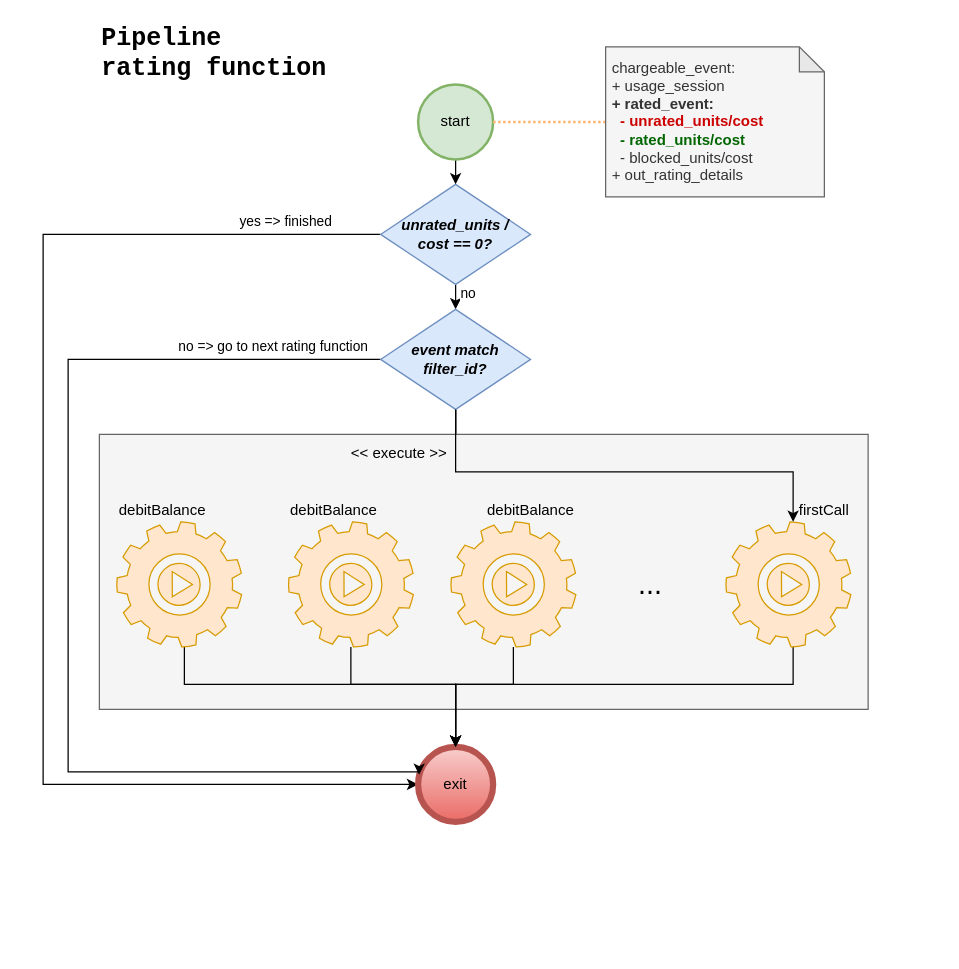
arturd2/diagrams keeps this draw.io diagram as ratemind/PipelineFunction.drawio. Above is the earlier version. Source tidied: cells renumbered, new cells numbered last; positions are measured from the earlier drawing's top-left corner, leaving out a move shared by most shapes. Both pictures are drawn from the tidied source at 125%, with x=0, y=0 at pixel (42, 21).
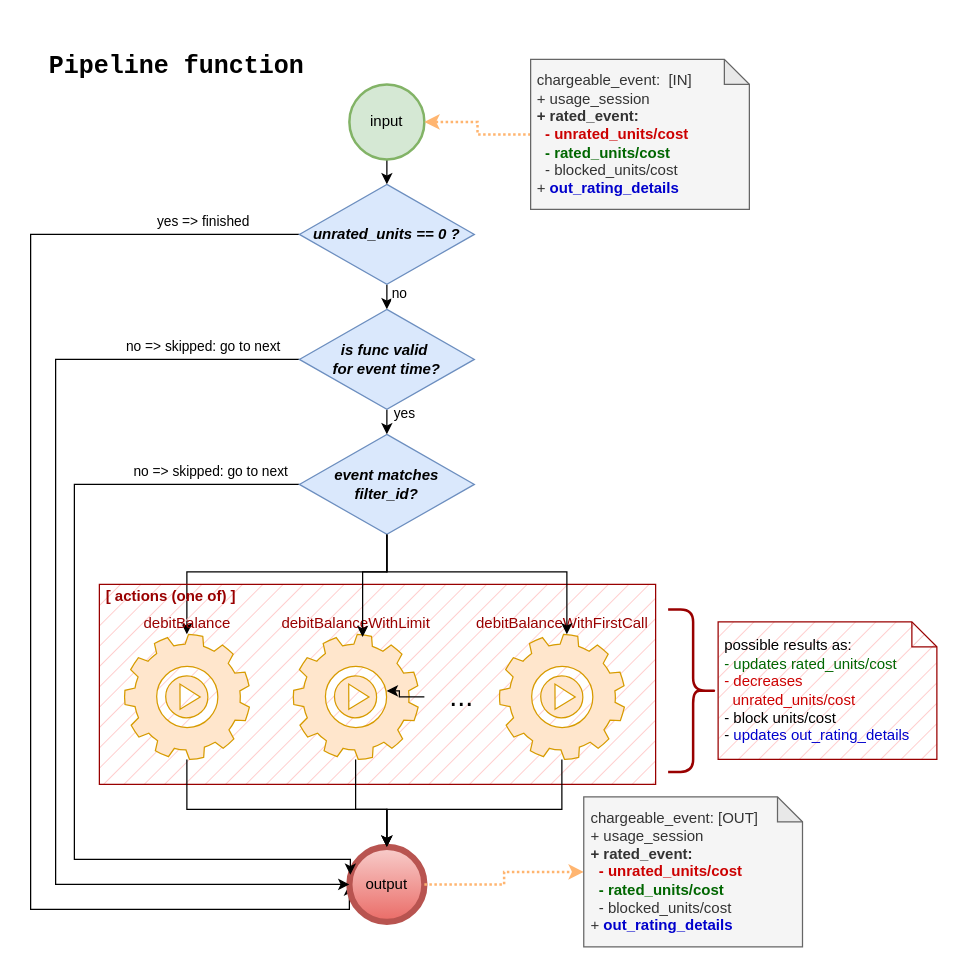
Above is the later version.

Change to the diagram source:
```diff
@@
-    <mxCell id="2" value="&lt;div align=&quot;left&quot;&gt;Pipeline&amp;nbsp;&lt;br&gt;rating function&lt;/div&gt;" style="text;html=1;whiteSpace=wrap;strokeColor=none;fillColor=none;align=left;verticalAlign=middle;rounded=0;fontFamily=Courier New;fontSize=20;fontStyle=1;" parent="1" vertex="1">
-      <mxGeometry x="45" width="225" height="50" as="geometry" />
+    <mxCell id="2" value="&lt;div align=&quot;left&quot;&gt;Pipeline function&lt;/div&gt;" style="text;html=1;whiteSpace=wrap;strokeColor=none;fillColor=none;align=left;verticalAlign=middle;rounded=0;fontFamily=Courier New;fontSize=20;fontStyle=1;" parent="1" vertex="1">
+      <mxGeometry x="2.5" y="10" width="225" height="50" as="geometry" />
     </mxCell>
     <mxCell id="3" value="yes =&amp;gt; finished" style="edgeStyle=orthogonalEdgeStyle;rounded=0;jettySize=auto;html=1;exitX=0;exitY=0.5;exitDx=0;exitDy=0;entryX=0;entryY=0.5;entryDx=0;entryDy=0;" parent="1" edge="1" source="5" target="8">
       <mxGeometry x="-0.85" y="-10" relative="1" as="geometry">
         <Array as="points">
-          <mxPoint y="170" />
-          <mxPoint y="610" />
+          <mxPoint x="-10" y="170" />
+          <mxPoint x="-10" y="710" />
+          <mxPoint x="245" y="710" />
         </Array>
       </mxGeometry>
     </mxCell>
-    <mxCell id="4" value="no" style="edgeStyle=orthogonalEdgeStyle;rounded=0;jettySize=auto;html=1;exitX=0.5;exitY=1;exitDx=0;exitDy=0;entryX=0.5;entryY=0;entryDx=0;entryDy=0;" parent="1" edge="1" source="5" target="14">
+    <mxCell id="4" value="no" style="edgeStyle=orthogonalEdgeStyle;rounded=0;jettySize=auto;html=1;exitX=0.5;exitY=1;exitDx=0;exitDy=0;entryX=0.5;entryY=0;entryDx=0;entryDy=0;" parent="1" edge="1" source="5" target="38">
       <mxGeometry x="-0.33" y="10" relative="1" as="geometry" />
     </mxCell>
-    <mxCell id="5" value="&lt;i&gt;&lt;b&gt;unrated_units /&lt;br&gt;cost == 0?&lt;/b&gt;&lt;/i&gt;" style="rhombus;whiteSpace=wrap;html=1;fillColor=#dae8fc;strokeColor=#6c8ebf;" parent="1" vertex="1">
-      <mxGeometry x="270" y="130" width="120" height="80" as="geometry" />
+    <mxCell id="5" value="&lt;i&gt;&lt;b&gt;unrated_units == 0&amp;nbsp;?&lt;/b&gt;&lt;/i&gt;" style="rhombus;whiteSpace=wrap;html=1;fillColor=#dae8fc;strokeColor=#6c8ebf;" parent="1" vertex="1">
+      <mxGeometry x="205" y="130" width="140" height="80" as="geometry" />
     </mxCell>
@@
-    <mxCell id="7" value="start" style="strokeWidth=2;html=1;shape=mxgraph.flowchart.start_2;whiteSpace=wrap;fillColor=#d5e8d4;strokeColor=#82b366;" parent="1" vertex="1">
-      <mxGeometry x="300" y="50" width="60" height="60" as="geometry" />
+    <mxCell id="7" value="input" style="strokeWidth=2;html=1;shape=mxgraph.flowchart.start_2;whiteSpace=wrap;fillColor=#d5e8d4;strokeColor=#82b366;" parent="1" vertex="1">
+      <mxGeometry x="245" y="50" width="60" height="60" as="geometry" />
     </mxCell>
-    <mxCell id="8" value="exit" style="shape=ellipse;html=1;dashed=0;whiteSpace=wrap;strokeWidth=5;perimeter=ellipsePerimeter;fillColor=#f8cecc;strokeColor=#b85450;gradientColor=#ea6b66;" parent="1" vertex="1">
-      <mxGeometry x="300" y="580" width="60" height="60" as="geometry" />
+    <mxCell id="8" value="output" style="shape=ellipse;html=1;dashed=0;whiteSpace=wrap;strokeWidth=5;perimeter=ellipsePerimeter;fillColor=#f8cecc;strokeColor=#b85450;gradientColor=#ea6b66;" parent="1" vertex="1">
+      <mxGeometry x="245" y="660" width="60" height="60" as="geometry" />
     </mxCell>
-    <mxCell id="9" style="edgeStyle=orthogonalEdgeStyle;rounded=0;jettySize=auto;html=1;endArrow=none;endFill=0;strokeWidth=2;strokeColor=#FFB570;dashed=1;dashPattern=1 1;" parent="1" edge="1" source="10">
-      <mxGeometry relative="1" as="geometry">
-        <mxPoint x="360" y="80" as="targetPoint" />
-      </mxGeometry>
-    </mxCell>
+    <mxCell id="27" style="edgeStyle=orthogonalEdgeStyle;rounded=0;jettySize=auto;html=1;exitX=0;exitY=0.5;exitDx=0;exitDy=0;exitPerimeter=0;strokeWidth=2;dashed=1;dashPattern=1 1;fillColor=#ffcc99;strokeColor=#FFB570;" parent="1" edge="1" source="10" target="7">
+      <mxGeometry relative="1" as="geometry" />
+    </mxCell>
-    <mxCell id="10" value="&amp;nbsp;chargeable_event:&amp;nbsp;&amp;nbsp;&lt;br&gt;&amp;nbsp;+ usage_session&lt;br&gt;&amp;nbsp;&lt;b&gt;+ rated_event:&lt;/b&gt;&lt;br&gt;&amp;nbsp; &amp;nbsp;&lt;b&gt;&lt;span style=&quot;color: rgb(204, 0, 0);&quot;&gt;- unrated_units/cost&lt;/span&gt;&lt;/b&gt;&lt;br&gt;&amp;nbsp; &amp;nbsp;&lt;b&gt;&lt;span style=&quot;color: rgb(0, 102, 0);&quot;&gt;- rated_units/cost&lt;/span&gt;&lt;/b&gt;&lt;br&gt;&lt;div&gt;&amp;nbsp; &amp;nbsp;- blocked_units/cost&lt;/div&gt;&lt;div&gt;&amp;nbsp;+ out_rating_details&lt;/div&gt;" style="shape=note;whiteSpace=wrap;html=1;backgroundOutline=1;darkOpacity=0.05;size=20;align=left;fillColor=#f5f5f5;fontColor=#333333;strokeColor=#666666;" parent="1" vertex="1">
-      <mxGeometry x="450" y="20" width="175" height="120" as="geometry" />
+    <mxCell id="10" value="&amp;nbsp;chargeable_event:&amp;nbsp; [IN]&lt;br&gt;&amp;nbsp;+ usage_session&lt;br&gt;&amp;nbsp;&lt;b&gt;+ rated_event:&lt;/b&gt;&lt;br&gt;&amp;nbsp; &amp;nbsp;&lt;b&gt;&lt;span style=&quot;color: rgb(204, 0, 0);&quot;&gt;- unrated_units/cost&lt;/span&gt;&lt;/b&gt;&lt;br&gt;&amp;nbsp; &amp;nbsp;&lt;b&gt;&lt;span style=&quot;color: rgb(0, 102, 0);&quot;&gt;- rated_units/cost&lt;/span&gt;&lt;/b&gt;&lt;br&gt;&lt;div&gt;&amp;nbsp; &amp;nbsp;- blocked_units/cost&lt;/div&gt;&lt;div&gt;&amp;nbsp;+ &lt;b&gt;&lt;span style=&quot;color: rgb(0, 0, 204);&quot;&gt;out_rating_details&lt;/span&gt;&lt;/b&gt;&lt;/div&gt;" style="shape=note;whiteSpace=wrap;html=1;backgroundOutline=1;darkOpacity=0.05;size=20;align=left;fillColor=#f5f5f5;fontColor=#333333;strokeColor=#666666;" parent="1" vertex="1">
+      <mxGeometry x="390" y="30" width="175" height="120" as="geometry" />
     </mxCell>
-    <mxCell id="11" value="no =&amp;gt; go to next rating function" style="edgeStyle=orthogonalEdgeStyle;rounded=0;jettySize=auto;html=1;exitX=0;exitY=0.5;exitDx=0;exitDy=0;entryX=0.013;entryY=0.373;entryDx=0;entryDy=0;entryPerimeter=0;" parent="1" edge="1" source="14" target="8">
+    <mxCell id="11" value="no =&amp;gt; skipped: go to next" style="edgeStyle=orthogonalEdgeStyle;rounded=0;jettySize=auto;html=1;exitX=0;exitY=0.5;exitDx=0;exitDy=0;entryX=0.013;entryY=0.373;entryDx=0;entryDy=0;entryPerimeter=0;" parent="1" edge="1" source="14" target="8">
       <mxGeometry x="-0.8" y="-10" relative="1" as="geometry">
         <Array as="points">
-          <mxPoint x="20" y="270" />
-          <mxPoint x="20" y="600" />
-          <mxPoint x="301" y="600" />
+          <mxPoint x="25" y="370" />
+          <mxPoint x="25" y="670" />
+          <mxPoint x="246" y="670" />
         </Array>
       </mxGeometry>
     </mxCell>
-    <mxCell id="12" style="edgeStyle=orthogonalEdgeStyle;rounded=0;jettySize=auto;html=1;" parent="1" edge="1" source="14" target="20">
-      <mxGeometry relative="1" as="geometry">
-        <Array as="points">
-          <mxPoint x="330" y="360" />
-          <mxPoint x="600" y="360" />
-        </Array>
-      </mxGeometry>
-    </mxCell>
-    <mxCell id="13" style="edgeStyle=orthogonalEdgeStyle;rounded=0;jettySize=auto;html=1;exitX=0.5;exitY=1;exitDx=0;exitDy=0;" parent="1" edge="1" source="14" target="20">
-      <mxGeometry relative="1" as="geometry">
-        <Array as="points">
-          <mxPoint x="330" y="360" />
-          <mxPoint x="600" y="360" />
-        </Array>
-      </mxGeometry>
-    </mxCell>
+    <mxCell id="28" style="edgeStyle=orthogonalEdgeStyle;rounded=0;jettySize=auto;html=1;exitX=0.5;exitY=1;exitDx=0;exitDy=0;" parent="1" edge="1" source="14" target="18">
+      <mxGeometry relative="1" as="geometry">
+        <Array as="points">
+          <mxPoint x="275" y="440" />
+          <mxPoint x="115" y="440" />
+        </Array>
+      </mxGeometry>
+    </mxCell>
-    <mxCell id="14" value="&lt;i&gt;&lt;b&gt;event match&lt;br&gt;filter_id?&lt;/b&gt;&lt;/i&gt;" style="rhombus;whiteSpace=wrap;html=1;fillColor=#dae8fc;strokeColor=#6c8ebf;" parent="1" vertex="1">
-      <mxGeometry x="270" y="230" width="120" height="80" as="geometry" />
+    <mxCell id="14" value="&lt;i&gt;&lt;b&gt;event matches&lt;br&gt;filter_id?&lt;/b&gt;&lt;/i&gt;" style="rhombus;whiteSpace=wrap;html=1;fillColor=#dae8fc;strokeColor=#6c8ebf;" parent="1" vertex="1">
+      <mxGeometry x="205" y="330" width="140" height="80" as="geometry" />
     </mxCell>
-    <mxCell id="15" style="rounded=0;whiteSpace=wrap;html=1;align=right;labelPosition=left;verticalLabelPosition=top;verticalAlign=bottom;fillColor=#f5f5f5;fontColor=#333333;strokeColor=#666666;" parent="1" vertex="1">
-      <mxGeometry x="45" y="330" width="615" height="220" as="geometry" />
+    <mxCell id="15" style="rounded=0;whiteSpace=wrap;html=1;align=right;labelPosition=left;verticalLabelPosition=top;verticalAlign=bottom;fillColor=#ffcccc;strokeColor=#990000;fillStyle=hatch;" parent="1" vertex="1">
+      <mxGeometry x="45" y="450" width="445" height="160" as="geometry" />
     </mxCell>
-    <mxCell id="16" value="&amp;lt;&amp;lt; execute &amp;gt;&amp;gt;" style="text;html=1;whiteSpace=wrap;strokeColor=none;fillColor=none;align=center;verticalAlign=middle;rounded=0;" parent="1" vertex="1">
-      <mxGeometry x="240" y="330" width="90" height="30" as="geometry" />
+    <mxCell id="16" value="&lt;b&gt;&lt;span style=&quot;color: rgb(153, 0, 0);&quot;&gt;[ actions (one of) ]&lt;/span&gt;&lt;/b&gt;" style="text;html=1;whiteSpace=wrap;strokeColor=none;fillColor=none;align=center;verticalAlign=middle;rounded=0;" parent="1" vertex="1">
+      <mxGeometry x="45" y="450" width="115" height="20" as="geometry" />
     </mxCell>
     <mxCell id="17" style="edgeStyle=orthogonalEdgeStyle;rounded=0;jettySize=auto;html=1;entryX=0.5;entryY=0;entryDx=0;entryDy=0;" parent="1" edge="1" source="18" target="8">
       <mxGeometry relative="1" as="geometry">
         <Array as="points">
-          <mxPoint x="113" y="530" />
-          <mxPoint x="330" y="530" />
+          <mxPoint x="115" y="630" />
+          <mxPoint x="275" y="630" />
         </Array>
       </mxGeometry>
     </mxCell>
-    <mxCell id="18" value="debitBalance" style="sketch=0;html=1;strokeColor=#d79b00;shadow=0;fillColor=#ffe6cc;verticalAlign=bottom;labelPosition=center;verticalLabelPosition=top;shape=mxgraph.gcp2.play_gear;align=left;" parent="1" vertex="1">
-      <mxGeometry x="58.8" y="400" width="100" height="100" as="geometry" />
+    <mxCell id="18" value="debitBalance" style="sketch=0;html=1;strokeColor=#d79b00;shadow=0;fillColor=#ffe6cc;verticalAlign=bottom;labelPosition=center;verticalLabelPosition=top;shape=mxgraph.gcp2.play_gear;align=center;fontColor=#990000;" parent="1" vertex="1">
+      <mxGeometry x="65" y="490" width="100" height="100" as="geometry" />
     </mxCell>
     <mxCell id="19" style="edgeStyle=orthogonalEdgeStyle;rounded=0;jettySize=auto;html=1;entryX=0.5;entryY=0;entryDx=0;entryDy=0;" parent="1" edge="1" source="20" target="8">
       <mxGeometry relative="1" as="geometry">
         <Array as="points">
-          <mxPoint x="600" y="530" />
-          <mxPoint x="330" y="530" />
+          <mxPoint x="415" y="630" />
+          <mxPoint x="275" y="630" />
         </Array>
       </mxGeometry>
     </mxCell>
-    <mxCell id="20" value="firstCall" style="sketch=0;html=1;strokeColor=#d79b00;shadow=0;fillColor=#ffe6cc;verticalAlign=bottom;labelPosition=center;verticalLabelPosition=top;shape=mxgraph.gcp2.play_gear;align=right;" parent="1" vertex="1">
-      <mxGeometry x="546.2" y="400" width="100" height="100" as="geometry" />
+    <mxCell id="20" value="debitBalanceWithFirstCall" style="sketch=0;html=1;strokeColor=#d79b00;shadow=0;fillColor=#ffe6cc;verticalAlign=bottom;labelPosition=center;verticalLabelPosition=top;shape=mxgraph.gcp2.play_gear;align=center;fontColor=#990000;" parent="1" vertex="1">
+      <mxGeometry x="365" y="490" width="100" height="100" as="geometry" />
     </mxCell>
-    <mxCell id="21" style="edgeStyle=orthogonalEdgeStyle;rounded=0;jettySize=auto;html=1;" parent="1" edge="1" source="14" target="20">
-      <mxGeometry relative="1" as="geometry">
-        <Array as="points">
-          <mxPoint x="330" y="360" />
-          <mxPoint x="600" y="360" />
-        </Array>
-      </mxGeometry>
-    </mxCell>
     <mxCell id="22" style="edgeStyle=orthogonalEdgeStyle;rounded=0;jettySize=auto;html=1;entryX=0.5;entryY=0;entryDx=0;entryDy=0;" parent="1" edge="1" source="23" target="8">
       <mxGeometry relative="1" as="geometry">
         <Array as="points">
-          <mxPoint x="246" y="530" />
-          <mxPoint x="330" y="530" />
+          <mxPoint x="250" y="630" />
+          <mxPoint x="275" y="630" />
         </Array>
       </mxGeometry>
     </mxCell>
-    <mxCell id="23" value="debitBalance" style="sketch=0;html=1;strokeColor=#d79b00;shadow=0;fillColor=#ffe6cc;verticalAlign=bottom;labelPosition=center;verticalLabelPosition=top;shape=mxgraph.gcp2.play_gear;align=left;" parent="1" vertex="1">
-      <mxGeometry x="196.2" y="400" width="100" height="100" as="geometry" />
+    <mxCell id="23" value="debitBalanceWithLimit" style="sketch=0;html=1;strokeColor=#d79b00;shadow=0;fillColor=#ffe6cc;verticalAlign=bottom;labelPosition=center;verticalLabelPosition=top;shape=mxgraph.gcp2.play_gear;align=center;fontColor=#990000;" parent="1" vertex="1">
+      <mxGeometry x="200" y="490" width="100" height="100" as="geometry" />
     </mxCell>
-    <mxCell id="24" style="edgeStyle=orthogonalEdgeStyle;rounded=0;jettySize=auto;html=1;entryX=0.5;entryY=0;entryDx=0;entryDy=0;" parent="1" edge="1" source="25" target="8">
-      <mxGeometry relative="1" as="geometry">
-        <Array as="points">
-          <mxPoint x="376" y="530" />
-          <mxPoint x="330" y="530" />
-        </Array>
-      </mxGeometry>
-    </mxCell>
-    <mxCell id="25" value="debitBalance" style="sketch=0;html=1;strokeColor=#d79b00;shadow=0;fillColor=#ffe6cc;verticalAlign=bottom;labelPosition=center;verticalLabelPosition=top;shape=mxgraph.gcp2.play_gear;align=right;" parent="1" vertex="1">
-      <mxGeometry x="326.2" y="400" width="100" height="100" as="geometry" />
-    </mxCell>
     <mxCell id="26" value="&lt;font style=&quot;font-size: 23px;&quot;&gt;...&lt;/font&gt;" style="text;html=1;whiteSpace=wrap;strokeColor=none;fillColor=none;align=center;verticalAlign=middle;rounded=0;" parent="1" vertex="1">
-      <mxGeometry x="456.2" y="435" width="60" height="30" as="geometry" />
+      <mxGeometry x="305" y="525" width="60" height="30" as="geometry" />
     </mxCell>
+    <mxCell id="29" style="shape=curlyBracket;whiteSpace=wrap;html=1;rounded=1;flipH=1;labelPosition=right;verticalLabelPosition=middle;align=left;verticalAlign=middle;strokeWidth=2;strokeColor=#990000;" parent="1" vertex="1">
+      <mxGeometry x="500" y="470" width="40" height="130" as="geometry" />
+    </mxCell>
+    <mxCell id="30" style="edgeStyle=orthogonalEdgeStyle;rounded=0;jettySize=auto;html=1;exitX=1;exitY=0.5;exitDx=0;exitDy=0;entryX=0;entryY=0.5;entryDx=0;entryDy=0;entryPerimeter=0;strokeWidth=2;strokeColor=#FFB570;dashed=1;dashPattern=1 1;" parent="1" edge="1" source="8" target="31">
+      <mxGeometry relative="1" as="geometry" />
+    </mxCell>
+    <mxCell id="31" value="&amp;nbsp;chargeable_event: [OUT]&amp;nbsp;&lt;br&gt;&amp;nbsp;+ usage_session&lt;br&gt;&amp;nbsp;&lt;b&gt;+ rated_event:&lt;/b&gt;&lt;br&gt;&amp;nbsp; &amp;nbsp;&lt;b&gt;&lt;span style=&quot;color: rgb(204, 0, 0);&quot;&gt;- unrated_units/cost&lt;/span&gt;&lt;/b&gt;&lt;br&gt;&amp;nbsp; &amp;nbsp;&lt;b&gt;&lt;span style=&quot;color: rgb(0, 102, 0);&quot;&gt;- rated_units/cost&lt;/span&gt;&lt;/b&gt;&lt;br&gt;&lt;div&gt;&amp;nbsp; &amp;nbsp;- blocked_units/cost&lt;/div&gt;&lt;div&gt;&amp;nbsp;+ &lt;b&gt;&lt;span style=&quot;color: rgb(0, 0, 204);&quot;&gt;out_rating_details&lt;/span&gt;&lt;/b&gt;&lt;/div&gt;" style="shape=note;whiteSpace=wrap;html=1;backgroundOutline=1;darkOpacity=0.05;size=20;align=left;fillColor=#f5f5f5;fontColor=#333333;strokeColor=#666666;" parent="1" vertex="1">
+      <mxGeometry x="432.5" y="620" width="175" height="120" as="geometry" />
+    </mxCell>
+    <mxCell id="32" value="&amp;nbsp;possible results as:&amp;nbsp;&amp;nbsp;&lt;br&gt;&lt;span style=&quot;color: rgb(0, 102, 0);&quot;&gt;&amp;nbsp;- updates rated_units/cost&lt;/span&gt;&lt;br&gt;&lt;div&gt;&amp;nbsp;&lt;span style=&quot;color: rgb(204, 0, 0);&quot;&gt;- decreases&amp;nbsp;&lt;/span&gt;&lt;/div&gt;&lt;div&gt;&lt;span style=&quot;color: rgb(204, 0, 0);&quot;&gt;&amp;nbsp; &amp;nbsp;unrated_units/cost&lt;/span&gt;&amp;nbsp; &amp;nbsp;&lt;/div&gt;&lt;div&gt;&amp;nbsp;- block units/cost&lt;/div&gt;&lt;div&gt;&amp;nbsp;-&amp;nbsp;&lt;span style=&quot;color: rgb(0, 0, 204);&quot;&gt;updates out_rating_details&lt;/span&gt;&lt;/div&gt;" style="shape=note;whiteSpace=wrap;html=1;backgroundOutline=1;darkOpacity=0.05;size=20;align=left;fillColor=#ffcccc;strokeColor=#990000;fillStyle=hatch;" parent="1" vertex="1">
+      <mxGeometry x="540" y="480" width="175" height="110" as="geometry" />
+    </mxCell>
+    <mxCell id="33" style="edgeStyle=orthogonalEdgeStyle;rounded=0;jettySize=auto;html=1;exitX=0.5;exitY=1;exitDx=0;exitDy=0;entryX=0.556;entryY=0.022;entryDx=0;entryDy=0;entryPerimeter=0;" parent="1" edge="1" source="14" target="23">
+      <mxGeometry relative="1" as="geometry">
+        <Array as="points">
+          <mxPoint x="275" y="440" />
+          <mxPoint x="256" y="440" />
+        </Array>
+      </mxGeometry>
+    </mxCell>
+    <mxCell id="34" style="edgeStyle=orthogonalEdgeStyle;rounded=0;jettySize=auto;html=1;exitX=0.5;exitY=1;exitDx=0;exitDy=0;entryX=0.54;entryY=0;entryDx=0;entryDy=0;entryPerimeter=0;" parent="1" edge="1" source="14" target="20">
+      <mxGeometry relative="1" as="geometry">
+        <Array as="points">
+          <mxPoint x="275" y="440" />
+          <mxPoint x="419" y="440" />
+        </Array>
+      </mxGeometry>
+    </mxCell>
+    <mxCell id="35" style="edgeStyle=orthogonalEdgeStyle;rounded=0;jettySize=auto;html=1;entryX=0.749;entryY=0.452;entryDx=0;entryDy=0;entryPerimeter=0;" parent="1" edge="1" source="26" target="23">
+      <mxGeometry relative="1" as="geometry" />
+    </mxCell>
+    <mxCell id="36" value="yes" style="edgeStyle=orthogonalEdgeStyle;rounded=0;jettySize=auto;html=1;exitX=0.5;exitY=1;exitDx=0;exitDy=0;entryX=0.5;entryY=0;entryDx=0;entryDy=0;" parent="1" edge="1" source="38" target="14">
+      <mxGeometry x="-0.7" y="14" relative="1" as="geometry" />
+    </mxCell>
+    <mxCell id="37" value="no =&amp;gt; skipped: go to next" style="edgeStyle=orthogonalEdgeStyle;rounded=0;jettySize=auto;html=1;exitX=0;exitY=0.5;exitDx=0;exitDy=0;entryX=0;entryY=0.5;entryDx=0;entryDy=0;" parent="1" edge="1" source="38" target="8">
+      <mxGeometry x="-0.82" y="-10" relative="1" as="geometry">
+        <Array as="points">
+          <mxPoint x="10" y="270" />
+          <mxPoint x="10" y="690" />
+        </Array>
+      </mxGeometry>
+    </mxCell>
+    <mxCell id="38" value="&lt;i&gt;&lt;b&gt;is func valid&amp;nbsp;&lt;br&gt;for event time?&lt;/b&gt;&lt;/i&gt;" style="rhombus;whiteSpace=wrap;html=1;fillColor=#dae8fc;strokeColor=#6c8ebf;" parent="1" vertex="1">
+      <mxGeometry x="205" y="230" width="140" height="80" as="geometry" />
+    </mxCell>
```
